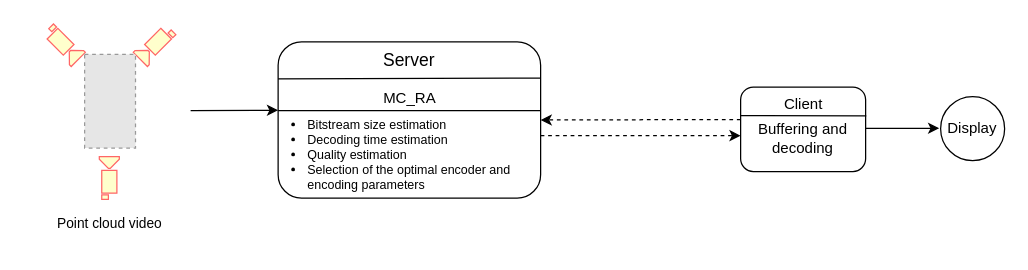
Above: MC_RA.drawio in mahendra49/draw-io (draw.io), before the change. Source tidied: cells renumbered, new cells numbered last; positions are measured from the earlier drawing's top-left corner, leaving out a move shared by most shapes. Both pictures are drawn from the tidied source at 125%, with x=0, y=0 at pixel (40, 22). Pictures stored in the file or linked from it are replaced by grey dashed boxes.
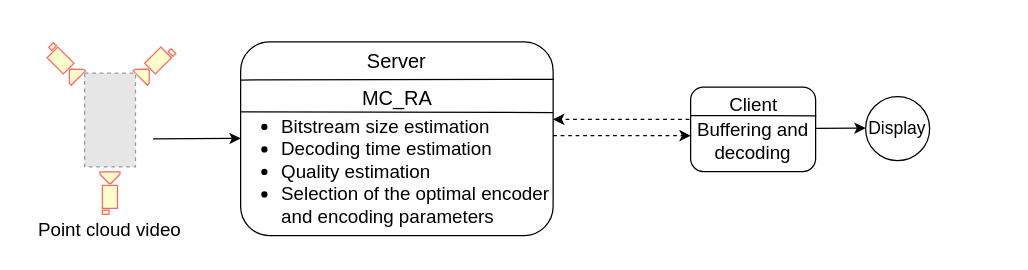
Above is the later version.

Diff of the diagram source:
```diff
@@
     <mxCell id="2" style="group;" parent="1" vertex="1">
-      <mxGeometry width="110" height="140" as="geometry" />
+      <mxGeometry y="15" width="110" height="140" as="geometry" />
     </mxCell>
@@
     <mxCell id="5" style="sketch=0;shadow=0;dashed=0;html=1;strokeColor=#FF6666;fillColor=#FFFFCC;labelPosition=center;verticalLabelPosition=bottom;verticalAlign=top;align=center;shape=mxgraph.office.devices.video_camera;fontColor=#333333;fillStyle=solid;rotation=-90;" parent="2" vertex="1">
-      <mxGeometry x="37.9" y="115.9" width="34.1" height="16" as="geometry" />
+      <mxGeometry x="38.4" y="113" width="34.1" height="16" as="geometry" />
     </mxCell>
@@
     <mxCell id="7" value="&lt;span style=&quot;font-size: 11px;&quot;&gt;&lt;br&gt;&lt;/span&gt;" style="rounded=1;whiteSpace=wrap;html=1;" parent="1" vertex="1">
-      <mxGeometry x="190" y="15" width="210" height="125" as="geometry" />
+      <mxGeometry x="160" y="15" width="250" height="155" as="geometry" />
     </mxCell>
     <mxCell id="8" style="endArrow=classic;html=1;rounded=0;entryX=0;entryY=0.5;entryDx=0;entryDy=0;" parent="1" edge="1">
       <mxGeometry relative="1" as="geometry">
-        <mxPoint x="120" y="70" as="sourcePoint" />
-        <mxPoint x="190" y="69.7" as="targetPoint" />
+        <mxPoint x="90" y="92.5" as="sourcePoint" />
+        <mxPoint x="160" y="92.2" as="targetPoint" />
       </mxGeometry>
     </mxCell>
-    <mxCell id="9" value="&lt;font style=&quot;font-size: 11px;&quot;&gt;Point cloud video&lt;/font&gt;" style="text;html=1;align=center;verticalAlign=middle;strokeColor=none;fillColor=none;" parent="1" vertex="1">
-      <mxGeometry y="145" width="110" height="30" as="geometry" />
+    <mxCell id="9" value="&lt;font style=&quot;font-size: 15px;&quot;&gt;Point cloud video&lt;/font&gt;" style="text;html=1;align=center;verticalAlign=middle;strokeColor=none;fillColor=none;" parent="1" vertex="1">
+      <mxGeometry x="-15" y="150" width="140" height="30" as="geometry" />
     </mxCell>
-    <mxCell id="10" value="&lt;div style=&quot;border: 0px; font-variant-numeric: inherit; font-variant-east-asian: inherit; font-variant-alternates: inherit; font-stretch: inherit; line-height: inherit; font-family: Calibri, Arial, Helvetica, sans-serif; font-optical-sizing: inherit; font-kerning: inherit; font-feature-settings: inherit; font-variation-settings: inherit; margin: 0px; padding: 0px; vertical-align: baseline; text-align: start; font-size: 10px;&quot;&gt;&lt;ul&gt;&lt;li&gt;Bitstream size estimation&lt;/li&gt;&lt;li&gt;Decoding time estimation&lt;/li&gt;&lt;li&gt;Quality estimation&lt;/li&gt;&lt;li&gt;Selection of the optimal encoder and &lt;br&gt;encoding parameters&lt;/li&gt;&lt;/ul&gt;&lt;/div&gt;" style="text;html=1;strokeColor=none;fillColor=none;align=center;verticalAlign=middle;whiteSpace=wrap;rounded=0;" parent="1" vertex="1">
-      <mxGeometry x="120" y="75" width="310" height="60" as="geometry" />
+    <mxCell id="10" value="&lt;div style=&quot;border: 0px; font-variant-numeric: inherit; font-variant-east-asian: inherit; font-variant-alternates: inherit; font-stretch: inherit; line-height: inherit; font-family: Calibri, Arial, Helvetica, sans-serif; font-optical-sizing: inherit; font-kerning: inherit; font-feature-settings: inherit; font-variation-settings: inherit; margin: 0px; padding: 0px; vertical-align: baseline; text-align: start; font-size: 15px;&quot;&gt;&lt;ul&gt;&lt;li&gt;Bitstream size estimation&lt;/li&gt;&lt;li&gt;Decoding time estimation&lt;/li&gt;&lt;li&gt;Quality estimation&lt;/li&gt;&lt;li&gt;Selection of the optimal encoder &lt;br&gt;and encoding parameters&lt;/li&gt;&lt;/ul&gt;&lt;/div&gt;" style="text;html=1;strokeColor=none;fillColor=none;align=center;verticalAlign=middle;whiteSpace=wrap;rounded=0;" parent="1" vertex="1">
+      <mxGeometry x="120" y="70" width="320" height="95" as="geometry" />
     </mxCell>
-    <mxCell id="11" value="MC_RA" style="text;html=1;align=center;verticalAlign=middle;strokeColor=none;fillColor=none;" parent="1" vertex="1">
-      <mxGeometry x="260" y="45" width="70" height="30" as="geometry" />
+    <mxCell id="11" value="&lt;font style=&quot;font-size: 16px;&quot;&gt;MC_RA&lt;/font&gt;" style="text;html=1;align=center;verticalAlign=middle;strokeColor=none;fillColor=none;" parent="1" vertex="1">
+      <mxGeometry x="245" y="45" width="80" height="30" as="geometry" />
     </mxCell>
-    <mxCell id="12" value="&lt;font style=&quot;font-size: 14px;&quot;&gt;Server&lt;/font&gt;" style="text;html=1;strokeColor=none;fillColor=none;align=center;verticalAlign=middle;whiteSpace=wrap;rounded=0;" parent="1" vertex="1">
-      <mxGeometry x="265" y="15" width="60" height="30" as="geometry" />
+    <mxCell id="12" value="&lt;font style=&quot;font-size: 16px;&quot;&gt;Server&lt;/font&gt;" style="text;html=1;strokeColor=none;fillColor=none;align=center;verticalAlign=middle;whiteSpace=wrap;rounded=0;" parent="1" vertex="1">
+      <mxGeometry x="255" y="15" width="60" height="30" as="geometry" />
     </mxCell>
-    <mxCell id="13" style="endArrow=none;html=1;rounded=0;" parent="1" edge="1">
+    <mxCell id="13" style="endArrow=none;html=1;rounded=0;exitX=1.003;exitY=0.193;exitDx=0;exitDy=0;exitPerimeter=0;" parent="1" edge="1" source="7">
       <mxGeometry relative="1" as="geometry">
-        <mxPoint x="400" y="44" as="sourcePoint" />
-        <mxPoint x="190" y="44.5" as="targetPoint" />
+        <mxPoint x="160" y="45.5" as="targetPoint" />
       </mxGeometry>
     </mxCell>
-    <mxCell id="14" style="endArrow=none;html=1;rounded=0;" parent="1" edge="1">
+    <mxCell id="14" style="endArrow=none;html=1;rounded=0;entryX=0.145;entryY=-0.068;entryDx=0;entryDy=0;entryPerimeter=0;exitX=1;exitY=0.365;exitDx=0;exitDy=0;exitPerimeter=0;" parent="1" edge="1" source="7">
       <mxGeometry relative="1" as="geometry">
-        <mxPoint x="400" y="70" as="sourcePoint" />
-        <mxPoint x="190" y="70" as="targetPoint" />
+        <mxPoint x="160" y="70.9" as="targetPoint" />
       </mxGeometry>
     </mxCell>
     <mxCell id="15" style="group;" parent="1" vertex="1">
-      <mxGeometry x="560" y="50" width="100" height="68.8" as="geometry" />
+      <mxGeometry x="520" y="50" width="100" height="68.8" as="geometry" />
     </mxCell>
-    <mxCell id="16" value="&lt;br&gt;Buffering and&lt;br&gt;decoding" style="rounded=1;whiteSpace=wrap;html=1;" parent="15" vertex="1">
+    <mxCell id="16" value="&lt;font style=&quot;font-size: 15px;&quot;&gt;&lt;br&gt;Buffering and&lt;br&gt;decoding&lt;/font&gt;" style="rounded=1;whiteSpace=wrap;html=1;" parent="15" vertex="1">
       <mxGeometry y="1.2" width="100" height="67.5" as="geometry" />
     </mxCell>
@@
-    <mxCell id="18" value="Client" style="text;html=1;align=center;verticalAlign=middle;strokeColor=none;fillColor=none;" parent="15" vertex="1">
-      <mxGeometry x="25" width="50" height="30" as="geometry" />
+    <mxCell id="18" value="&lt;font style=&quot;font-size: 15px;&quot;&gt;Client&lt;/font&gt;" style="text;html=1;align=center;verticalAlign=middle;strokeColor=none;fillColor=none;" parent="15" vertex="1">
+      <mxGeometry x="20" width="60" height="30" as="geometry" />
     </mxCell>
-    <mxCell id="19" style="endArrow=classic;html=1;rounded=0;dashed=1;" parent="1" edge="1">
+    <mxCell id="19" style="endArrow=classic;html=1;rounded=0;dashed=1;exitX=-0.01;exitY=0.381;exitDx=0;exitDy=0;exitPerimeter=0;" parent="1" edge="1" source="16">
       <mxGeometry relative="1" as="geometry">
-        <mxPoint x="560" y="77.1" as="sourcePoint" />
-        <mxPoint x="400" y="77.5" as="targetPoint" />
+        <mxPoint x="410" y="77" as="targetPoint" />
       </mxGeometry>
     </mxCell>
     <mxCell id="20" style="endArrow=classic;html=1;rounded=0;dashed=1;" parent="1" edge="1">
       <mxGeometry relative="1" as="geometry">
-        <mxPoint x="400" y="90" as="sourcePoint" />
-        <mxPoint x="560" y="90" as="targetPoint" />
+        <mxPoint x="410" y="90" as="sourcePoint" />
+        <mxPoint x="520" y="90" as="targetPoint" />
       </mxGeometry>
     </mxCell>
-    <mxCell id="21" value="Display" style="ellipse;whiteSpace=wrap;html=1;" parent="1" vertex="1">
-      <mxGeometry x="720" y="58.8" width="51.2" height="51.2" as="geometry" />
+    <mxCell id="21" value="&lt;font style=&quot;font-size: 14px;&quot;&gt;Display&lt;/font&gt;" style="ellipse;whiteSpace=wrap;html=1;" parent="1" vertex="1">
+      <mxGeometry x="660" y="58.8" width="51.2" height="51.2" as="geometry" />
     </mxCell>
-    <mxCell id="22" style="endArrow=classic;html=1;rounded=0;entryX=-0.02;entryY=0.439;entryDx=0;entryDy=0;entryPerimeter=0;exitX=1.001;exitY=0.444;exitDx=0;exitDy=0;exitPerimeter=0;" parent="1" edge="1">
+    <mxCell id="22" style="endArrow=classic;html=1;rounded=0;exitX=1.001;exitY=0.444;exitDx=0;exitDy=0;exitPerimeter=0;" parent="1" edge="1">
       <mxGeometry relative="1" as="geometry">
-        <mxPoint x="660" y="84.1" as="sourcePoint" />
-        <mxPoint x="718.9" y="84.1" as="targetPoint" />
+        <mxPoint x="620" y="84.1" as="sourcePoint" />
+        <mxPoint x="660" y="84" as="targetPoint" />
       </mxGeometry>
     </mxCell>
```
